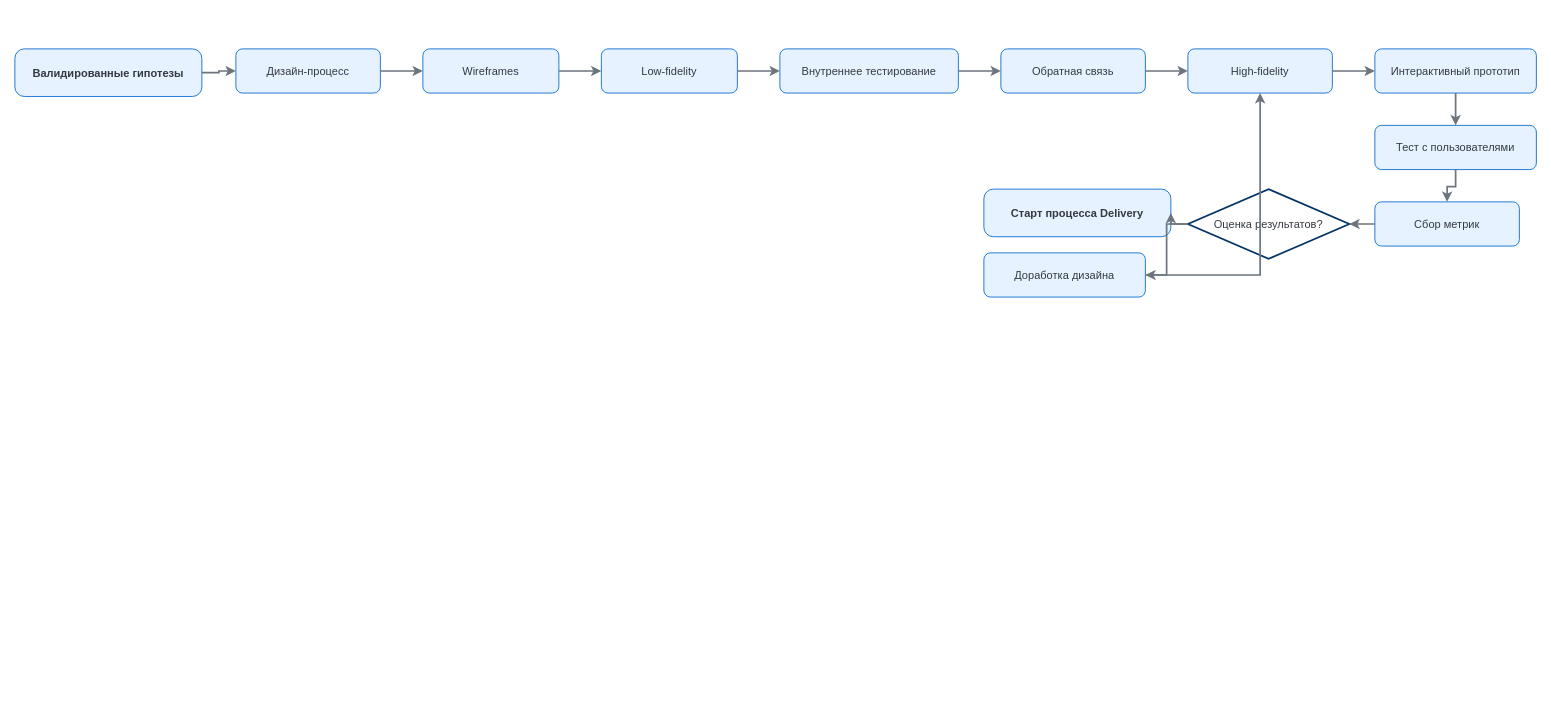
The draw.io diagram тестыИИ/discovery/drawio/05-prototyping-detailed.drawio in jackrescuer-gif/Discovery-in-value, before the edit. Source tidied: cells renumbered, new cells numbered last; positions are measured from the earlier drawing's top-left corner, leaving out a move shared by most shapes. Both pictures are drawn from the tidied source at 85%, with x=0, y=0 at pixel (14, 48).
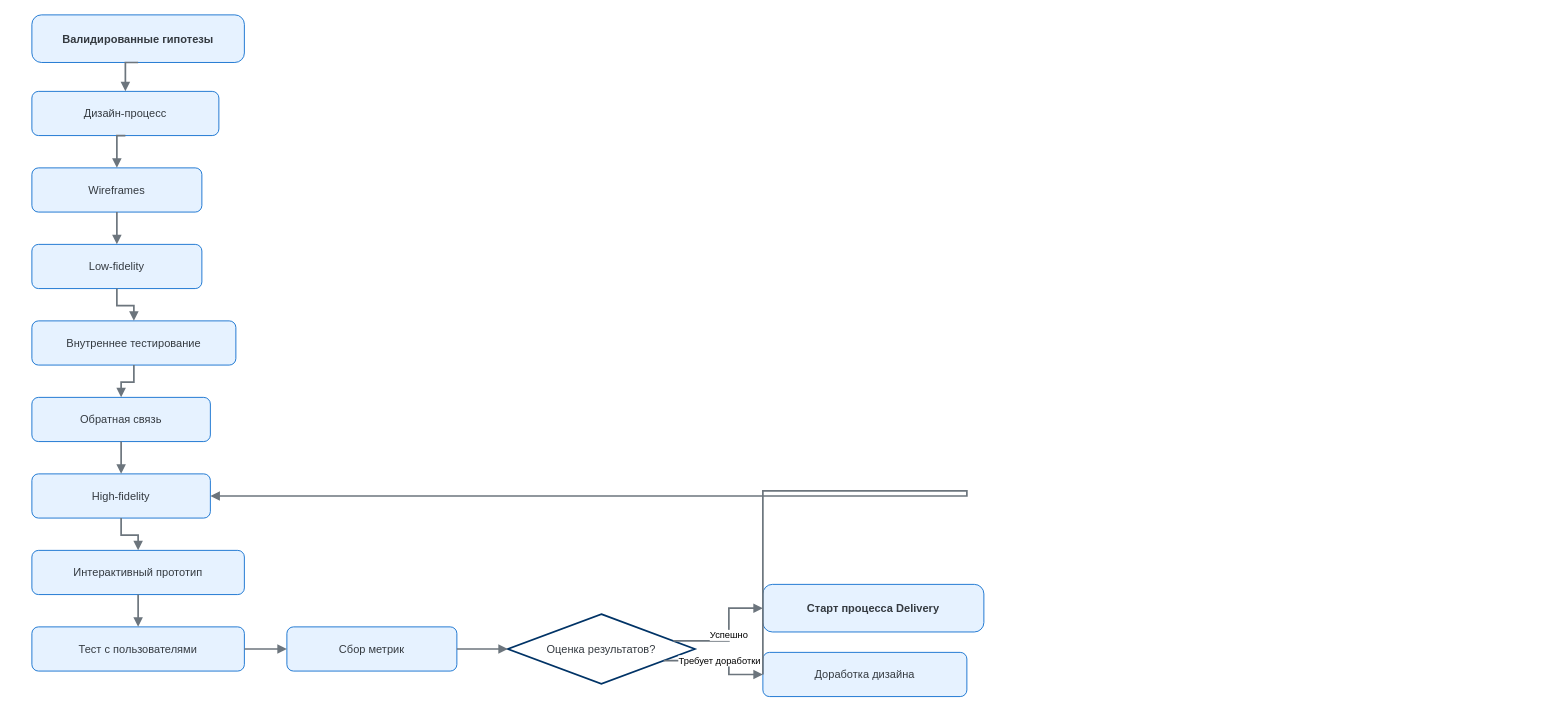
The same page after the edit.

The edit, as a diff of the source:
```diff
@@
     <mxCell id="2" value="Валидированные гипотезы" style="rounded=1;whiteSpace=wrap;html=1;arcSize=20;fillColor=#E6F2FF;strokeColor=#0066CC;fontColor=#343A40;fontSize=13;fontStyle=1;" parent="1" vertex="1">
-      <mxGeometry width="220" height="56" as="geometry" />
+      <mxGeometry x="20" y="-40" width="250" height="56" as="geometry" />
     </mxCell>
     <mxCell id="3" value="Дизайн-процесс" style="rounded=1;whiteSpace=wrap;html=1;fillColor=#E6F2FF;strokeColor=#0066CC;fontColor=#343A40;fontSize=13;" parent="1" vertex="1">
-      <mxGeometry x="260" width="170" height="52" as="geometry" />
+      <mxGeometry x="20" y="50" width="220" height="52" as="geometry" />
     </mxCell>
     <mxCell id="4" value="Wireframes" style="rounded=1;whiteSpace=wrap;html=1;fillColor=#E6F2FF;strokeColor=#0066CC;fontColor=#343A40;fontSize=13;" parent="1" vertex="1">
-      <mxGeometry x="480" width="160" height="52" as="geometry" />
+      <mxGeometry x="20" y="140" width="200" height="52" as="geometry" />
     </mxCell>
     <mxCell id="5" value="Low-fidelity" style="rounded=1;whiteSpace=wrap;html=1;fillColor=#E6F2FF;strokeColor=#0066CC;fontColor=#343A40;fontSize=13;" parent="1" vertex="1">
-      <mxGeometry x="690" width="160" height="52" as="geometry" />
+      <mxGeometry x="20" y="230" width="200" height="52" as="geometry" />
     </mxCell>
     <mxCell id="6" value="Внутреннее тестирование" style="rounded=1;whiteSpace=wrap;html=1;fillColor=#E6F2FF;strokeColor=#0066CC;fontColor=#343A40;fontSize=13;" parent="1" vertex="1">
-      <mxGeometry x="900" width="210" height="52" as="geometry" />
+      <mxGeometry x="20" y="320" width="240" height="52" as="geometry" />
     </mxCell>
     <mxCell id="7" value="Обратная связь" style="rounded=1;whiteSpace=wrap;html=1;fillColor=#E6F2FF;strokeColor=#0066CC;fontColor=#343A40;fontSize=13;" parent="1" vertex="1">
-      <mxGeometry x="1160" width="170" height="52" as="geometry" />
+      <mxGeometry x="20" y="410" width="210" height="52" as="geometry" />
     </mxCell>
     <mxCell id="8" value="High-fidelity" style="rounded=1;whiteSpace=wrap;html=1;fillColor=#E6F2FF;strokeColor=#0066CC;fontColor=#343A40;fontSize=13;" parent="1" vertex="1">
-      <mxGeometry x="1380" width="170" height="52" as="geometry" />
+      <mxGeometry x="20" y="500" width="210" height="52" as="geometry" />
     </mxCell>
     <mxCell id="9" value="Интерактивный прототип" style="rounded=1;whiteSpace=wrap;html=1;fillColor=#E6F2FF;strokeColor=#0066CC;fontColor=#343A40;fontSize=13;" parent="1" vertex="1">
-      <mxGeometry x="1600" width="190" height="52" as="geometry" />
+      <mxGeometry x="20" y="590" width="250" height="52" as="geometry" />
     </mxCell>
     <mxCell id="10" value="Тест с пользователями" style="rounded=1;whiteSpace=wrap;html=1;fillColor=#E6F2FF;strokeColor=#0066CC;fontColor=#343A40;fontSize=13;" parent="1" vertex="1">
-      <mxGeometry x="1600" y="90" width="190" height="52" as="geometry" />
+      <mxGeometry x="20" y="680" width="250" height="52" as="geometry" />
     </mxCell>
     <mxCell id="11" value="Сбор метрик" style="rounded=1;whiteSpace=wrap;html=1;fillColor=#E6F2FF;strokeColor=#0066CC;fontColor=#343A40;fontSize=13;" parent="1" vertex="1">
-      <mxGeometry x="1600" y="180" width="170" height="52" as="geometry" />
+      <mxGeometry x="320" y="680" width="200" height="52" as="geometry" />
     </mxCell>
     <mxCell id="12" value="Оценка результатов?" style="rhombus;whiteSpace=wrap;html=1;fillColor=#FFFFFF;strokeColor=#003366;strokeWidth=2;fontColor=#343A40;fontSize=13;" parent="1" vertex="1">
-      <mxGeometry x="1380" y="165" width="190" height="82" as="geometry" />
+      <mxGeometry x="580" y="665" width="220" height="82" as="geometry" />
     </mxCell>
     <mxCell id="13" value="Старт процесса Delivery" style="rounded=1;whiteSpace=wrap;html=1;arcSize=20;fillColor=#E6F2FF;strokeColor=#0066CC;fontColor=#343A40;fontSize=13;fontStyle=1;" parent="1" vertex="1">
-      <mxGeometry x="1140" y="165" width="220" height="56" as="geometry" />
+      <mxGeometry x="880" y="630" width="260" height="56" as="geometry" />
     </mxCell>
     <mxCell id="14" value="Доработка дизайна" style="rounded=1;whiteSpace=wrap;html=1;fillColor=#E6F2FF;strokeColor=#0066CC;fontColor=#343A40;fontSize=13;" parent="1" vertex="1">
-      <mxGeometry x="1140" y="240" width="190" height="52" as="geometry" />
+      <mxGeometry x="880" y="710" width="240" height="52" as="geometry" />
     </mxCell>
-    <mxCell id="15" style="edgeStyle=orthogonalEdgeStyle;rounded=0;jettySize=auto;html=1;strokeColor=#6C757D;strokeWidth=2;" parent="1" edge="1" source="2" target="3">
+    <mxCell id="15" style="edgeStyle=orthogonalEdgeStyle;rounded=0;jettySize=auto;html=1;strokeColor=#6C757D;strokeWidth=2;endArrow=block;endFill=1;exitX=0.5;exitY=1;entryX=0.5;entryY=0;" parent="1" edge="1" source="2" target="3">
       <mxGeometry relative="1" as="geometry" />
     </mxCell>
-    <mxCell id="16" style="edgeStyle=orthogonalEdgeStyle;rounded=0;jettySize=auto;html=1;strokeColor=#6C757D;strokeWidth=2;" parent="1" edge="1" source="3" target="4">
+    <mxCell id="16" style="edgeStyle=orthogonalEdgeStyle;rounded=0;jettySize=auto;html=1;strokeColor=#6C757D;strokeWidth=2;endArrow=block;endFill=1;exitX=0.5;exitY=1;entryX=0.5;entryY=0;" parent="1" edge="1" source="3" target="4">
       <mxGeometry relative="1" as="geometry" />
     </mxCell>
-    <mxCell id="17" style="edgeStyle=orthogonalEdgeStyle;rounded=0;jettySize=auto;html=1;strokeColor=#6C757D;strokeWidth=2;" parent="1" edge="1" source="4" target="5">
+    <mxCell id="17" style="edgeStyle=orthogonalEdgeStyle;rounded=0;jettySize=auto;html=1;strokeColor=#6C757D;strokeWidth=2;endArrow=block;endFill=1;exitX=0.5;exitY=1;entryX=0.5;entryY=0;" parent="1" edge="1" source="4" target="5">
       <mxGeometry relative="1" as="geometry" />
     </mxCell>
-    <mxCell id="18" style="edgeStyle=orthogonalEdgeStyle;rounded=0;jettySize=auto;html=1;strokeColor=#6C757D;strokeWidth=2;" parent="1" edge="1" source="5" target="6">
+    <mxCell id="18" style="edgeStyle=orthogonalEdgeStyle;rounded=0;jettySize=auto;html=1;strokeColor=#6C757D;strokeWidth=2;endArrow=block;endFill=1;exitX=0.5;exitY=1;entryX=0.5;entryY=0;" parent="1" edge="1" source="5" target="6">
       <mxGeometry relative="1" as="geometry" />
     </mxCell>
-    <mxCell id="19" style="edgeStyle=orthogonalEdgeStyle;rounded=0;jettySize=auto;html=1;strokeColor=#6C757D;strokeWidth=2;" parent="1" edge="1" source="6" target="7">
+    <mxCell id="19" style="edgeStyle=orthogonalEdgeStyle;rounded=0;jettySize=auto;html=1;strokeColor=#6C757D;strokeWidth=2;endArrow=block;endFill=1;exitX=0.5;exitY=1;entryX=0.5;entryY=0;" parent="1" edge="1" source="6" target="7">
       <mxGeometry relative="1" as="geometry" />
     </mxCell>
-    <mxCell id="20" style="edgeStyle=orthogonalEdgeStyle;rounded=0;jettySize=auto;html=1;strokeColor=#6C757D;strokeWidth=2;" parent="1" edge="1" source="7" target="8">
+    <mxCell id="20" style="edgeStyle=orthogonalEdgeStyle;rounded=0;jettySize=auto;html=1;strokeColor=#6C757D;strokeWidth=2;endArrow=block;endFill=1;exitX=0.5;exitY=1;entryX=0.5;entryY=0;" parent="1" edge="1" source="7" target="8">
       <mxGeometry relative="1" as="geometry" />
     </mxCell>
-    <mxCell id="21" style="edgeStyle=orthogonalEdgeStyle;rounded=0;jettySize=auto;html=1;strokeColor=#6C757D;strokeWidth=2;" parent="1" edge="1" source="8" target="9">
+    <mxCell id="21" style="edgeStyle=orthogonalEdgeStyle;rounded=0;jettySize=auto;html=1;strokeColor=#6C757D;strokeWidth=2;endArrow=block;endFill=1;exitX=0.5;exitY=1;entryX=0.5;entryY=0;" parent="1" edge="1" source="8" target="9">
       <mxGeometry relative="1" as="geometry" />
     </mxCell>
-    <mxCell id="22" style="edgeStyle=orthogonalEdgeStyle;rounded=0;jettySize=auto;html=1;strokeColor=#6C757D;strokeWidth=2;" parent="1" edge="1" source="9" target="10">
+    <mxCell id="22" style="edgeStyle=orthogonalEdgeStyle;rounded=0;jettySize=auto;html=1;strokeColor=#6C757D;strokeWidth=2;endArrow=block;endFill=1;exitX=0.5;exitY=1;entryX=0.5;entryY=0;" parent="1" edge="1" source="9" target="10">
       <mxGeometry relative="1" as="geometry" />
     </mxCell>
-    <mxCell id="23" style="edgeStyle=orthogonalEdgeStyle;rounded=0;jettySize=auto;html=1;strokeColor=#6C757D;strokeWidth=2;" parent="1" edge="1" source="10" target="11">
+    <mxCell id="23" style="edgeStyle=orthogonalEdgeStyle;rounded=0;jettySize=auto;html=1;strokeColor=#6C757D;strokeWidth=2;endArrow=block;endFill=1;exitX=1;exitY=0.5;entryX=0;entryY=0.5;" parent="1" edge="1" source="10" target="11">
       <mxGeometry relative="1" as="geometry" />
     </mxCell>
-    <mxCell id="24" style="edgeStyle=orthogonalEdgeStyle;rounded=0;jettySize=auto;html=1;strokeColor=#6C757D;strokeWidth=2;" parent="1" edge="1" source="11" target="12">
+    <mxCell id="24" style="edgeStyle=orthogonalEdgeStyle;rounded=0;jettySize=auto;html=1;strokeColor=#6C757D;strokeWidth=2;endArrow=block;endFill=1;exitX=1;exitY=0.5;entryX=0;entryY=0.5;" parent="1" edge="1" source="11" target="12">
       <mxGeometry relative="1" as="geometry" />
     </mxCell>
-    <mxCell id="25" style="edgeStyle=orthogonalEdgeStyle;rounded=0;jettySize=auto;html=1;strokeColor=#6C757D;strokeWidth=2;" parent="1" edge="1" source="12" target="13">
+    <mxCell id="25" value="Успешно" style="edgeStyle=orthogonalEdgeStyle;rounded=0;jettySize=auto;html=1;strokeColor=#6C757D;strokeWidth=2;endArrow=block;endFill=1;exitX=1;exitY=0.35;entryX=0;entryY=0.5;" parent="1" edge="1" source="12" target="13">
       <mxGeometry relative="1" as="geometry" />
     </mxCell>
-    <mxCell id="26" style="edgeStyle=orthogonalEdgeStyle;rounded=0;jettySize=auto;html=1;strokeColor=#6C757D;strokeWidth=2;" parent="1" edge="1" source="12" target="14">
+    <mxCell id="26" value="Требует доработки" style="edgeStyle=orthogonalEdgeStyle;rounded=0;jettySize=auto;html=1;strokeColor=#6C757D;strokeWidth=2;endArrow=block;endFill=1;exitX=1;exitY=0.75;entryX=0;entryY=0.5;" parent="1" edge="1" source="12" target="14">
       <mxGeometry relative="1" as="geometry" />
     </mxCell>
-    <mxCell id="27" style="edgeStyle=orthogonalEdgeStyle;rounded=0;jettySize=auto;html=1;strokeColor=#6C757D;strokeWidth=2;" parent="1" edge="1" source="14" target="8">
-      <mxGeometry relative="1" as="geometry" />
+    <mxCell id="27" style="edgeStyle=orthogonalEdgeStyle;rounded=0;jettySize=auto;html=1;strokeColor=#6C757D;strokeWidth=2;endArrow=block;endFill=1;exitX=0;exitY=0.5;entryX=1;entryY=0.5;" parent="1" edge="1" source="14" target="8">
+      <mxGeometry relative="1" as="geometry">
+        <Array as="points">
+          <mxPoint x="1120" y="520" />
+        </Array>
+      </mxGeometry>
     </mxCell>
```
